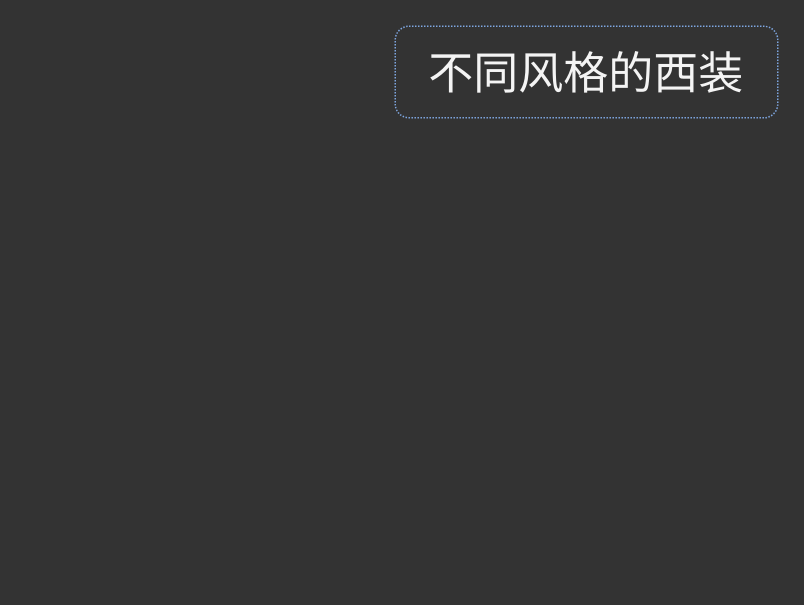
The draw.io diagram suits_styles.drawio in rannngit/-my_inspiration_collection, before the edit. Source tidied: cells renumbered, new cells numbered last; positions are measured from the earlier drawing's top-left corner, leaving out a move shared by most shapes. Both pictures are drawn from the tidied source at 150%, with x=0, y=0 at pixel (394, 26). Pictures stored in the file or linked from it are replaced by grey dashed boxes.
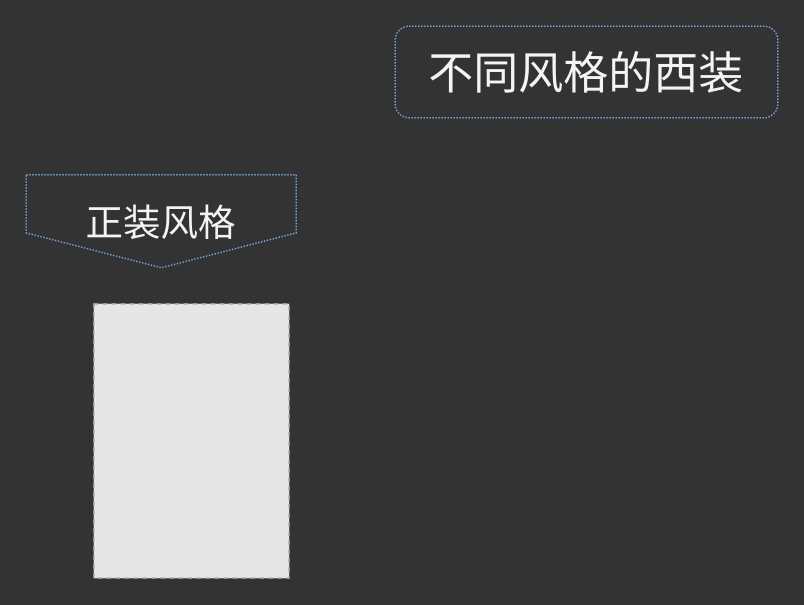
After the change.

What changed in the source:
```diff
@@
 <mxGraphModel background="#333333">
   <root>
     <mxCell id="0" />
     <mxCell id="1" parent="0" />
     <mxCell id="2" value="不同风格的西装" style="rounded=1;whiteSpace=wrap;html=1;fillColor=none;strokeColor=light-dark(#7EA6E0,#7EA6E0);dashed=1;dashPattern=1 1;fontSize=30;fontColor=light-dark(#F4F4F4,#1B1B1B);" parent="1" vertex="1">
       <mxGeometry width="255" height="61" as="geometry" />
     </mxCell>
+    <mxCell id="3" style="fillColor=#E6E6E6;strokeColor=#999999;dashed=1;verticalLabelPosition=bottom;verticalAlign=top;" parent="1" vertex="1">
+      <mxGeometry x="-201" y="185" width="130.3" height="183" as="geometry" />
+    </mxCell>
+    <mxCell id="4" value="正装风格" style="shape=offPageConnector;whiteSpace=wrap;html=1;rounded=0;dashed=1;dashPattern=1 1;strokeColor=light-dark(#7EA6E0,#7EA6E0);align=center;verticalAlign=middle;fontFamily=Helvetica;fontSize=25;fontColor=light-dark(#F4F4F4,#1B1B1B);fillColor=none;" parent="1" vertex="1">
+      <mxGeometry x="-246" y="99" width="180" height="62" as="geometry" />
+    </mxCell>
   </root>
 </mxGraphModel>
```
